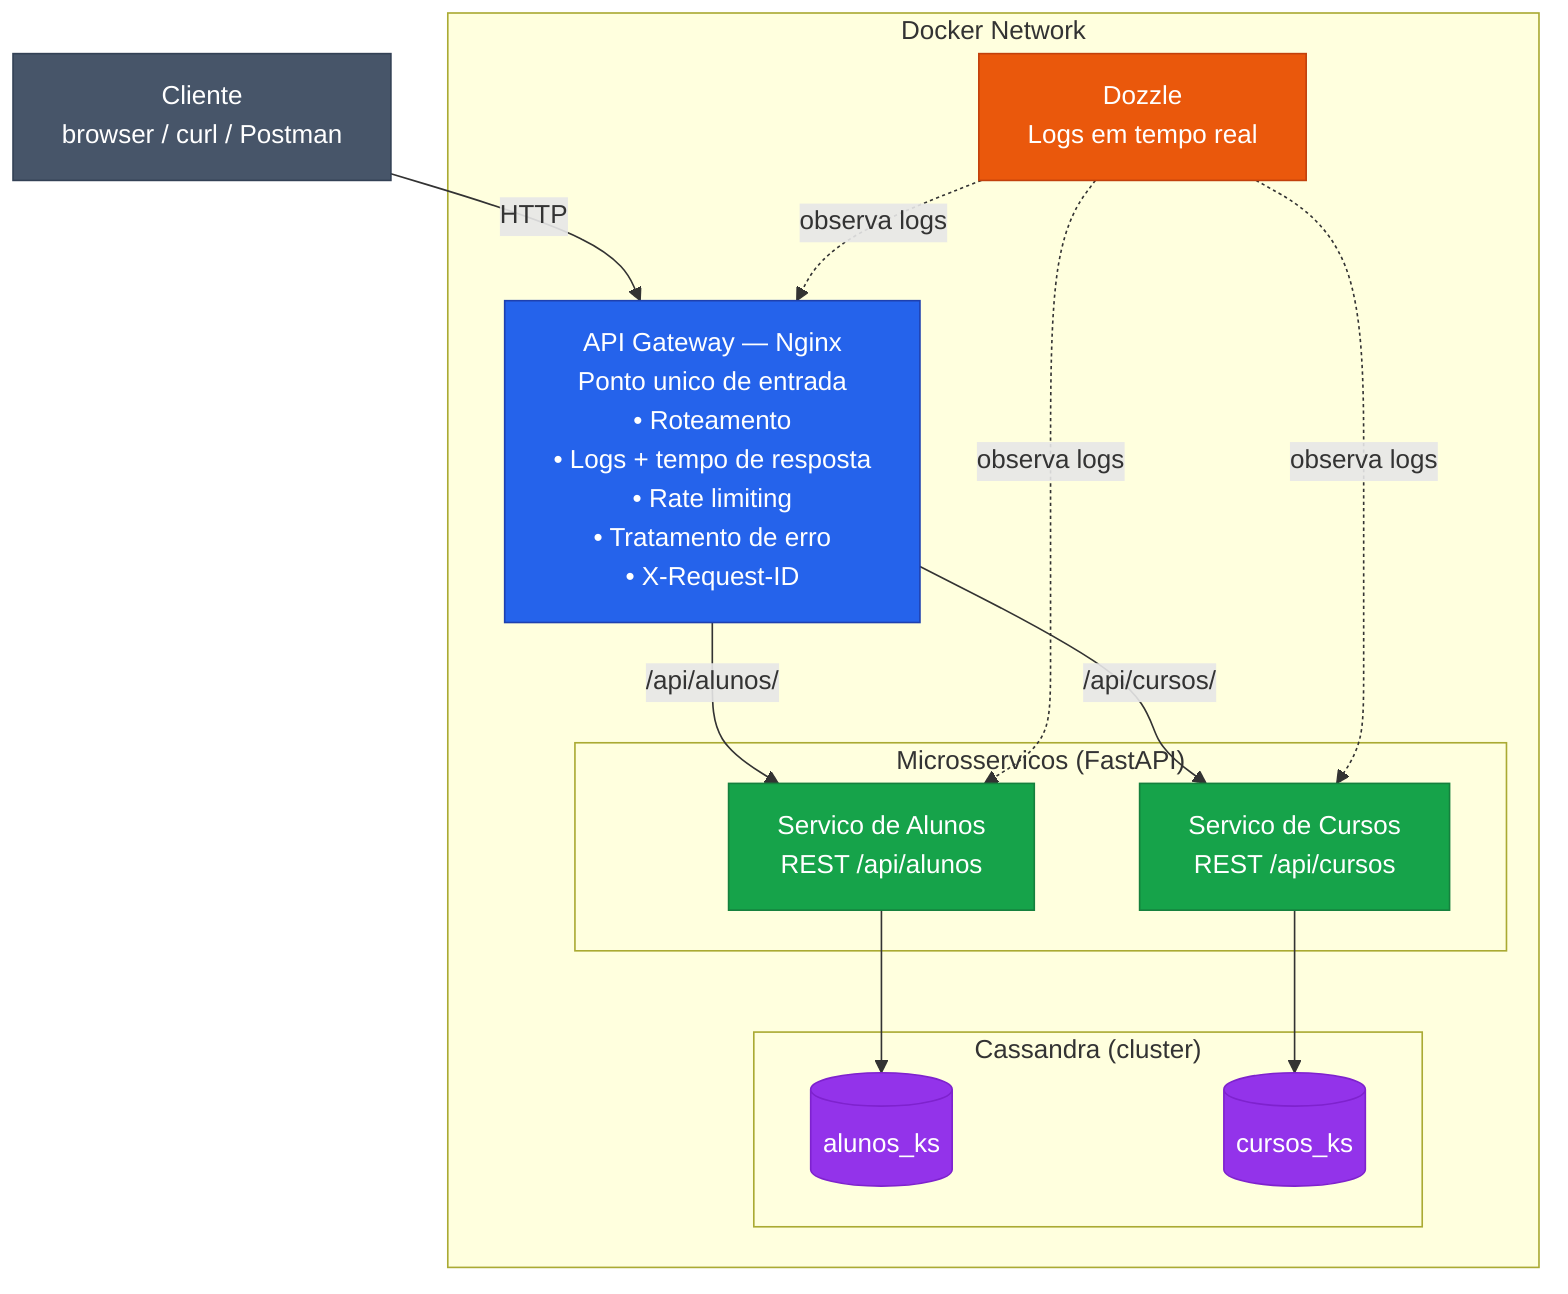
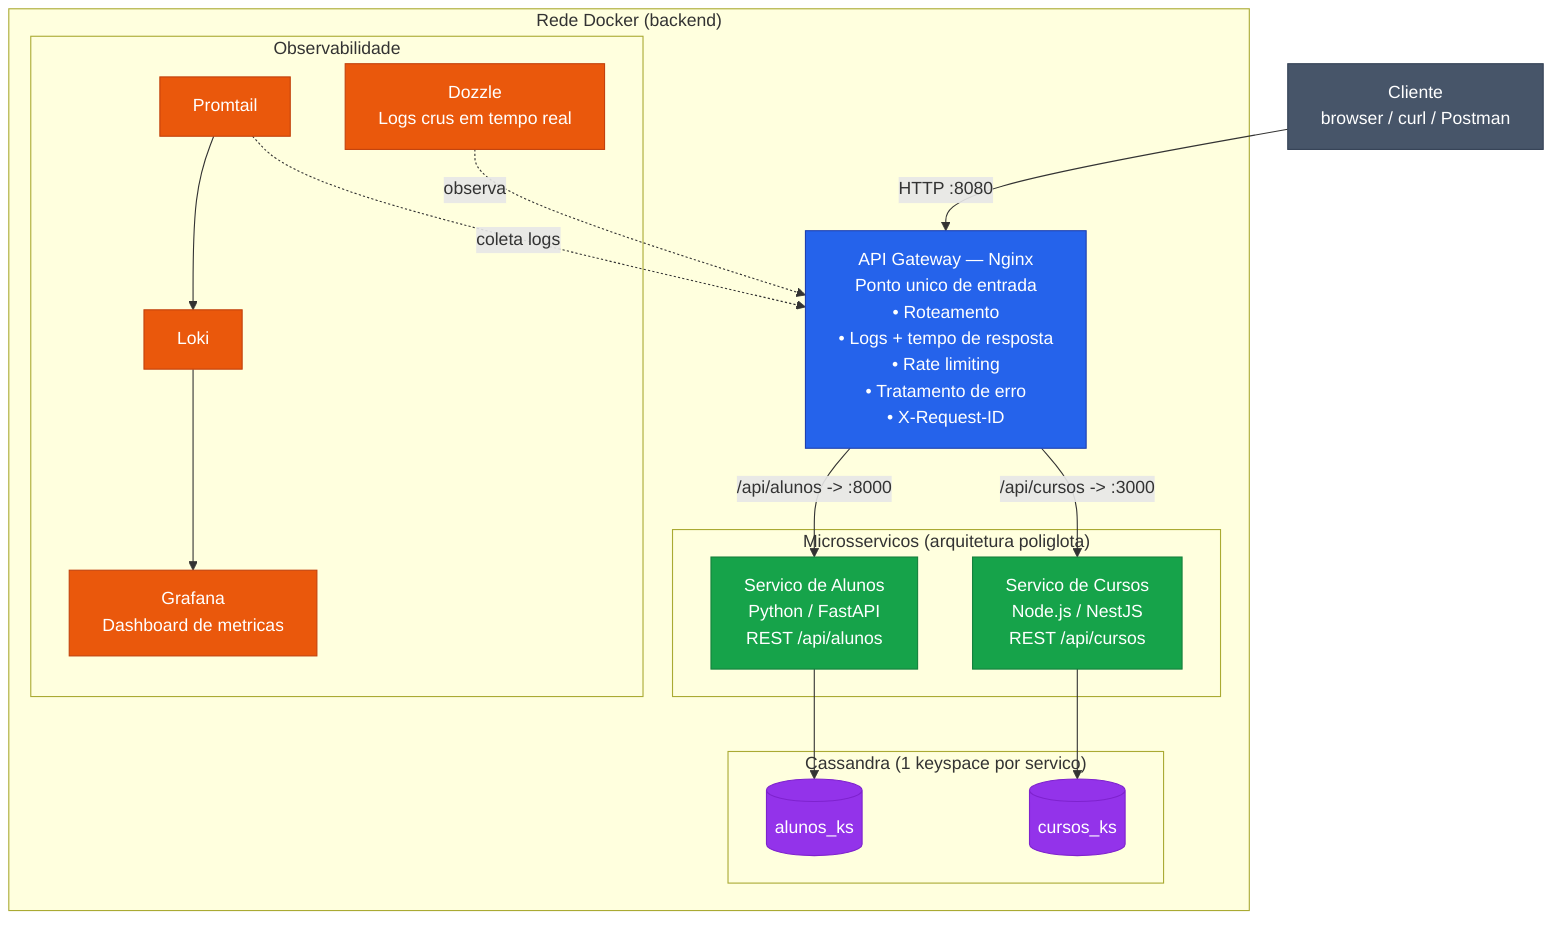
```mermaid
flowchart TD
    Client["Cliente<br/>browser / curl / Postman"]

-     subgraph Docker["Docker Network"]
+     subgraph Docker["Rede Docker (backend)"]
        Gateway["API Gateway — Nginx<br/>Ponto unico de entrada<br/>• Roteamento<br/>• Logs + tempo de resposta<br/>• Rate limiting<br/>• Tratamento de erro<br/>• X-Request-ID"]

-         subgraph Services["Microsservicos (FastAPI)"]
-             Alunos["Servico de Alunos<br/>REST /api/alunos"]
-             Cursos["Servico de Cursos<br/>REST /api/cursos"]
+         subgraph Services["Microsservicos (arquitetura poliglota)"]
+             Alunos["Servico de Alunos<br/>Python / FastAPI<br/>REST /api/alunos"]
+             Cursos["Servico de Cursos<br/>Node.js / NestJS<br/>REST /api/cursos"]
        end

-         subgraph DB["Cassandra (cluster)"]
+         subgraph DB["Cassandra (1 keyspace por servico)"]
            KSA[("alunos_ks")]
            KSC[("cursos_ks")]
        end

-         Dozzle["Dozzle<br/>Logs em tempo real"]
+         subgraph Obs["Observabilidade"]
+             Dozzle["Dozzle<br/>Logs crus em tempo real"]
+             Promtail["Promtail"]
+             Loki["Loki"]
+             Grafana["Grafana<br/>Dashboard de metricas"]
+         end
    end

-     Client -->|HTTP| Gateway
-     Gateway -->|"/api/alunos/"| Alunos
-     Gateway -->|"/api/cursos/"| Cursos
+     Client -->|"HTTP :8080"| Gateway
+     Gateway -->|"/api/alunos -> :8000"| Alunos
+     Gateway -->|"/api/cursos -> :3000"| Cursos
    Alunos --> KSA
    Cursos --> KSC
-     Dozzle -.observa logs.-> Gateway
-     Dozzle -.observa logs.-> Alunos
-     Dozzle -.observa logs.-> Cursos
+ 
+     Dozzle -.observa.-> Gateway
+     Promtail -.coleta logs.-> Gateway
+     Promtail --> Loki --> Grafana

    classDef gw fill:#2563eb,stroke:#1e40af,color:#fff
    classDef svc fill:#16a34a,stroke:#15803d,color:#fff
    classDef db fill:#9333ea,stroke:#7e22ce,color:#fff
    classDef obs fill:#ea580c,stroke:#c2410c,color:#fff
    classDef ext fill:#475569,stroke:#334155,color:#fff

    class Gateway gw
    class Alunos,Cursos svc
    class KSA,KSC db
-     class Dozzle obs
+     class Dozzle,Promtail,Loki,Grafana obs
    class Client ext
```
